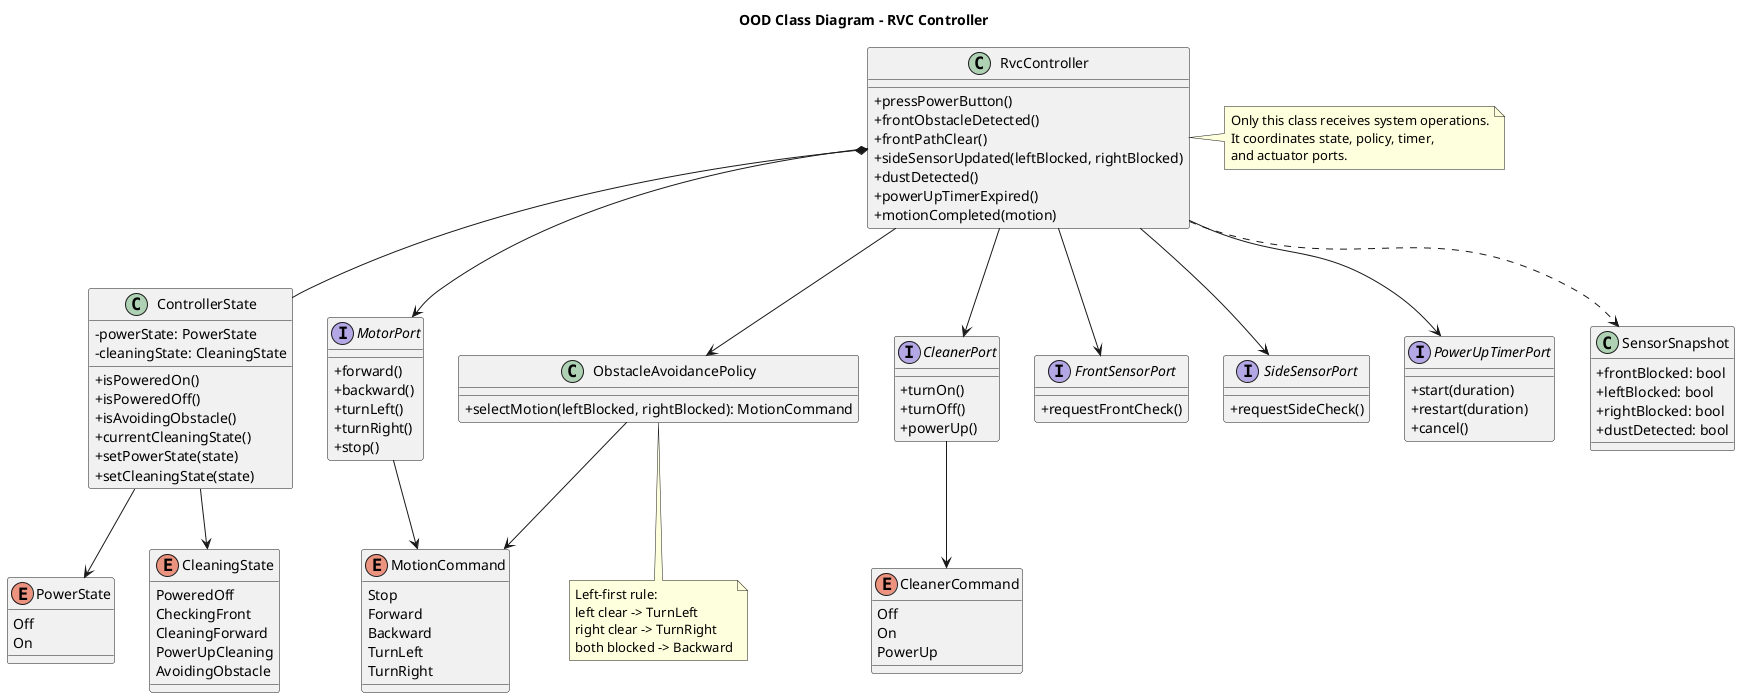
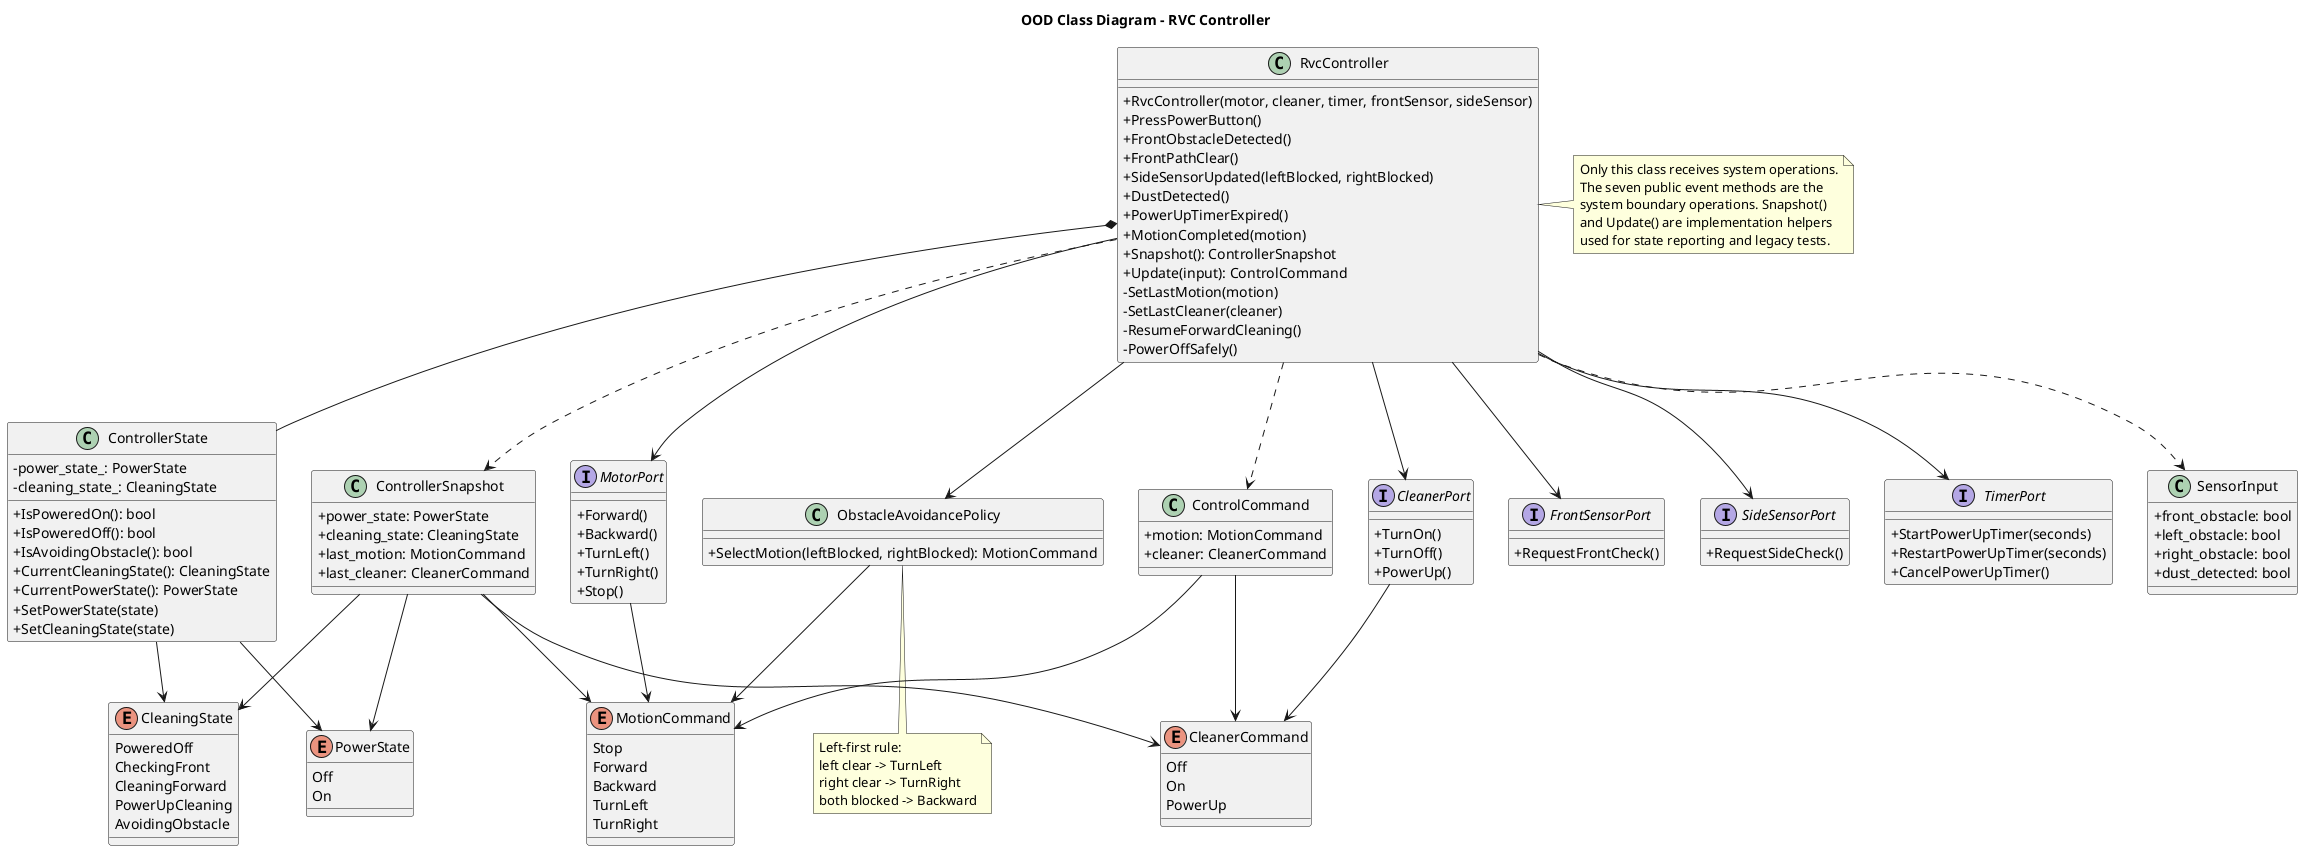
@startuml
title OOD Class Diagram - RVC Controller

skinparam classAttributeIconSize 0

class RvcController {
-   +pressPowerButton()
-   +frontObstacleDetected()
-   +frontPathClear()
-   +sideSensorUpdated(leftBlocked, rightBlocked)
-   +dustDetected()
-   +powerUpTimerExpired()
-   +motionCompleted(motion)
+   +RvcController(motor, cleaner, timer, frontSensor, sideSensor)
+   +PressPowerButton()
+   +FrontObstacleDetected()
+   +FrontPathClear()
+   +SideSensorUpdated(leftBlocked, rightBlocked)
+   +DustDetected()
+   +PowerUpTimerExpired()
+   +MotionCompleted(motion)
+   +Snapshot(): ControllerSnapshot
+   +Update(input): ControlCommand
+   -SetLastMotion(motion)
+   -SetLastCleaner(cleaner)
+   -ResumeForwardCleaning()
+   -PowerOffSafely()
}

class ControllerState {
-   -powerState: PowerState
-   -cleaningState: CleaningState
-   +isPoweredOn()
-   +isPoweredOff()
-   +isAvoidingObstacle()
-   +currentCleaningState()
-   +setPowerState(state)
-   +setCleaningState(state)
+   -power_state_: PowerState
+   -cleaning_state_: CleaningState
+   +IsPoweredOn(): bool
+   +IsPoweredOff(): bool
+   +IsAvoidingObstacle(): bool
+   +CurrentCleaningState(): CleaningState
+   +CurrentPowerState(): PowerState
+   +SetPowerState(state)
+   +SetCleaningState(state)
}

class ObstacleAvoidancePolicy {
-   +selectMotion(leftBlocked, rightBlocked): MotionCommand
+   +SelectMotion(leftBlocked, rightBlocked): MotionCommand
}

interface MotorPort {
-   +forward()
-   +backward()
-   +turnLeft()
-   +turnRight()
-   +stop()
+   +Forward()
+   +Backward()
+   +TurnLeft()
+   +TurnRight()
+   +Stop()
}

interface CleanerPort {
-   +turnOn()
-   +turnOff()
-   +powerUp()
+   +TurnOn()
+   +TurnOff()
+   +PowerUp()
}

interface FrontSensorPort {
-   +requestFrontCheck()
+   +RequestFrontCheck()
}

interface SideSensorPort {
-   +requestSideCheck()
+   +RequestSideCheck()
}

- interface PowerUpTimerPort {
-   +start(duration)
-   +restart(duration)
-   +cancel()
+ interface TimerPort {
+   +StartPowerUpTimer(seconds)
+   +RestartPowerUpTimer(seconds)
+   +CancelPowerUpTimer()
}

- class SensorSnapshot {
-   +frontBlocked: bool
-   +leftBlocked: bool
-   +rightBlocked: bool
-   +dustDetected: bool
+ class SensorInput {
+   +front_obstacle: bool
+   +left_obstacle: bool
+   +right_obstacle: bool
+   +dust_detected: bool
+ }
+ 
+ class ControlCommand {
+   +motion: MotionCommand
+   +cleaner: CleanerCommand
+ }
+ 
+ class ControllerSnapshot {
+   +power_state: PowerState
+   +cleaning_state: CleaningState
+   +last_motion: MotionCommand
+   +last_cleaner: CleanerCommand
}

enum PowerState {
  Off
  On
}

enum CleaningState {
  PoweredOff
  CheckingFront
  CleaningForward
  PowerUpCleaning
  AvoidingObstacle
}

enum MotionCommand {
  Stop
  Forward
  Backward
  TurnLeft
  TurnRight
}

enum CleanerCommand {
  Off
  On
  PowerUp
}

RvcController *-- ControllerState
RvcController --> ObstacleAvoidancePolicy
RvcController --> MotorPort
RvcController --> CleanerPort
RvcController --> FrontSensorPort
RvcController --> SideSensorPort
- RvcController --> PowerUpTimerPort
- RvcController ..> SensorSnapshot
+ RvcController --> TimerPort
+ RvcController ..> SensorInput
+ RvcController ..> ControlCommand
+ RvcController ..> ControllerSnapshot

ControllerState --> PowerState
ControllerState --> CleaningState
ObstacleAvoidancePolicy --> MotionCommand
MotorPort --> MotionCommand
CleanerPort --> CleanerCommand
+ ControlCommand --> MotionCommand
+ ControlCommand --> CleanerCommand
+ ControllerSnapshot --> PowerState
+ ControllerSnapshot --> CleaningState
+ ControllerSnapshot --> MotionCommand
+ ControllerSnapshot --> CleanerCommand

note right of RvcController
Only this class receives system operations.
- It coordinates state, policy, timer,
- and actuator ports.
+ The seven public event methods are the
+ system boundary operations. Snapshot()
+ and Update() are implementation helpers
+ used for state reporting and legacy tests.
end note

note bottom of ObstacleAvoidancePolicy
Left-first rule:
left clear -> TurnLeft
right clear -> TurnRight
both blocked -> Backward
end note
@enduml
